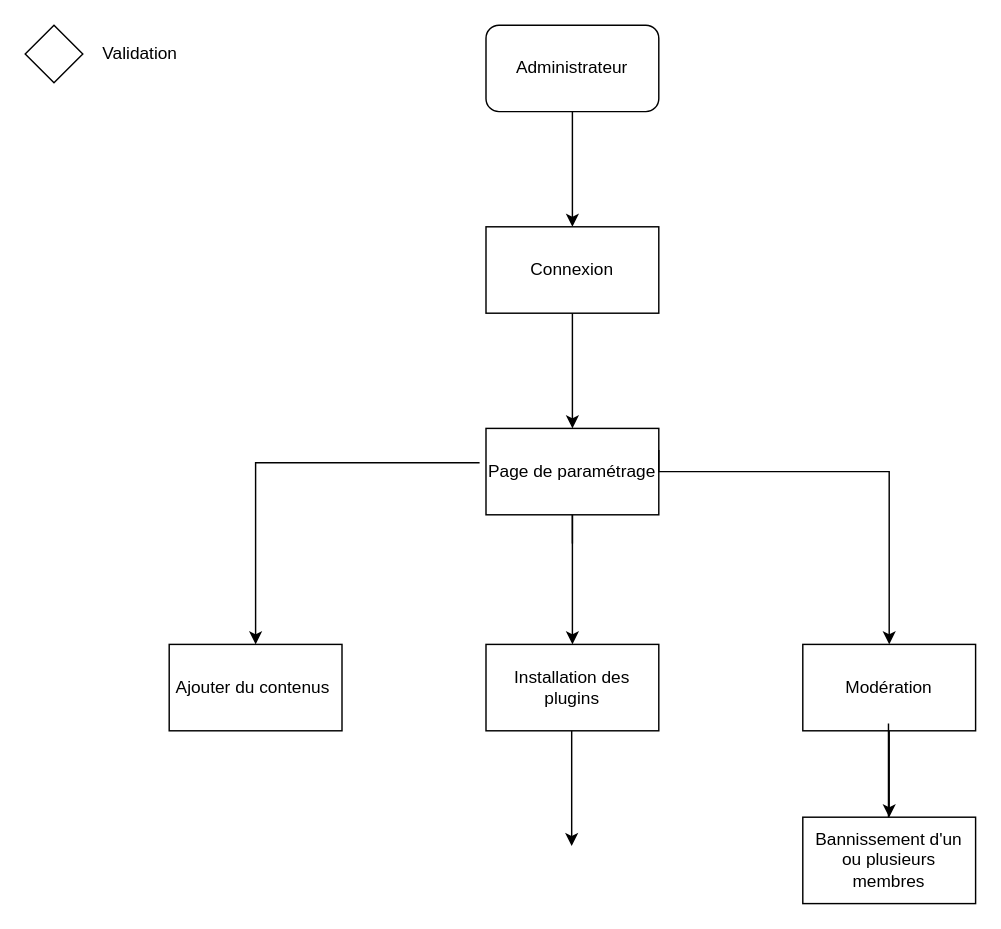
This is page "Diagramme d'état administrateur" (2 of 6) of Diagramme sans nom.drawio from loubhmd/loubhmd, a draw.io file, before an edit. Source tidied: cells renumbered, new cells numbered last; positions are measured from the earlier drawing's top-left corner, leaving out a move shared by most shapes. Both pictures are drawn from the tidied source at 144%, with x=0, y=0 at pixel (24, 24).
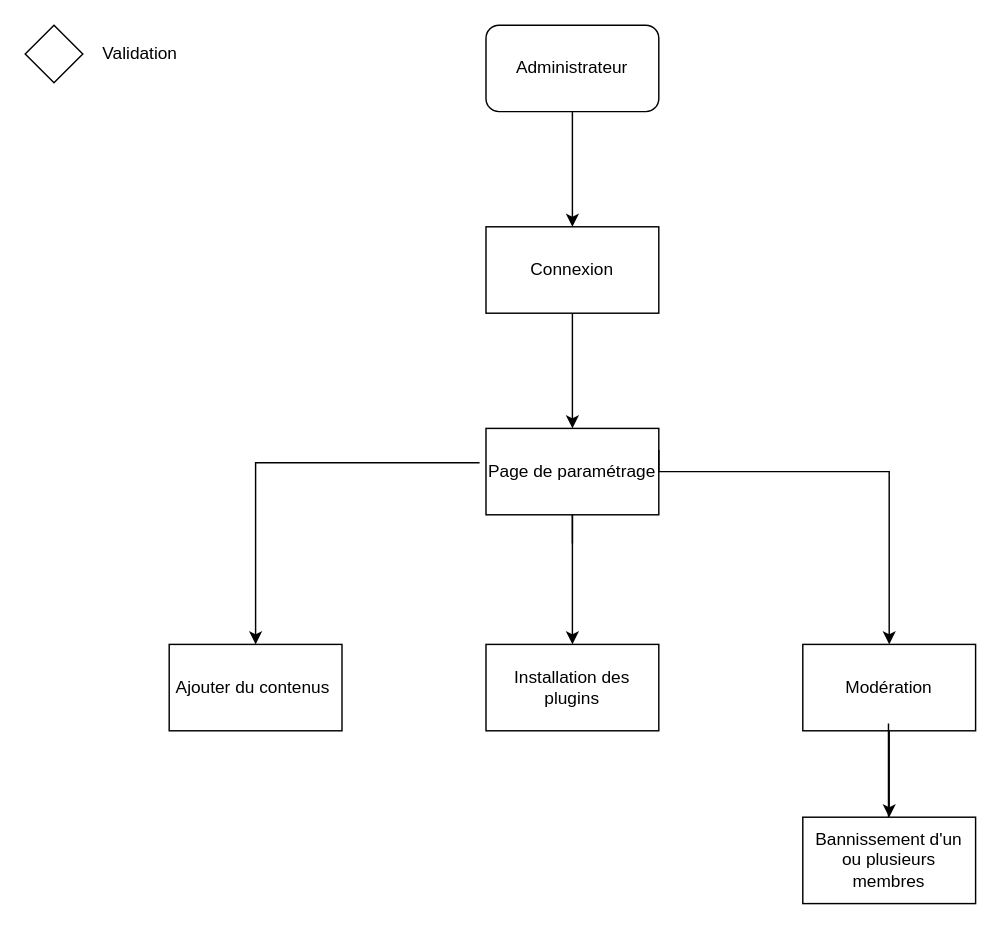
After the change.

What changed in the source:
```diff
@@
-    <mxCell id="8" style="edgeStyle=orthogonalEdgeStyle;rounded=0;orthogonalLoop=1;jettySize=auto;html=1;startArrow=none;" parent="1" edge="1">
-      <mxGeometry relative="1" as="geometry">
-        <mxPoint x="379.5" y="550" as="sourcePoint" />
-        <mxPoint x="379.5" y="570" as="targetPoint" />
-        <Array as="points">
-          <mxPoint x="379.5" y="490" />
-          <mxPoint x="379.5" y="490" />
-        </Array>
-      </mxGeometry>
-    </mxCell>
```
